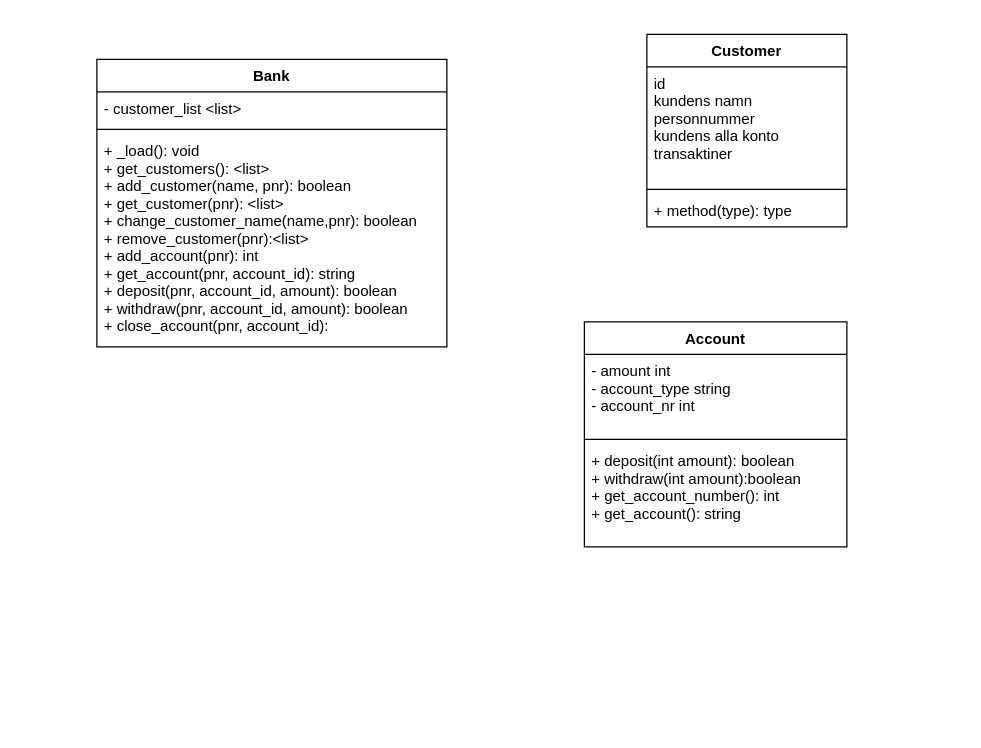
Before: docs/Klassdiagram.drawio in fredrik655/python-ai-i-1, a draw.io diagram. Source tidied: cells renumbered, new cells numbered last; positions are measured from the earlier drawing's top-left corner, leaving out a move shared by most shapes. Both pictures are drawn from the tidied source at 125%, with x=0, y=0 at pixel (96, 34).
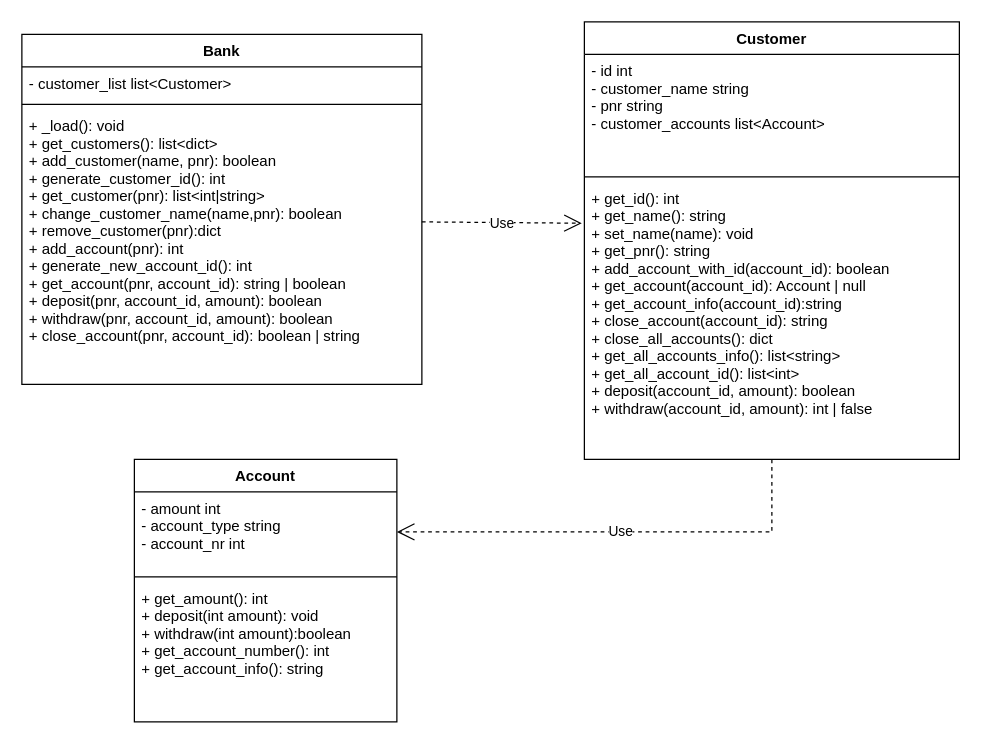
The same page after the edit.

Diff of the diagram source:
```diff
@@
 <mxGraphModel>
   <root>
     <mxCell id="0" />
     <mxCell id="1" parent="0" />
     <mxCell id="2" value="Bank" style="swimlane;fontStyle=1;align=center;verticalAlign=top;horizontal=1;startSize=26;" parent="1" vertex="1">
-      <mxGeometry y="20" width="280" height="230" as="geometry" />
+      <mxGeometry x="-60" width="320" height="280" as="geometry" />
     </mxCell>
-    <mxCell id="3" value="- customer_list &lt;list&gt;" style="text;strokeColor=none;fillColor=none;align=left;verticalAlign=top;spacingLeft=4;spacingRight=4;overflow=hidden;" parent="2" vertex="1">
-      <mxGeometry y="26" width="280" height="26" as="geometry" />
+    <mxCell id="3" value="- customer_list list&lt;Customer&gt;" style="text;strokeColor=none;fillColor=none;align=left;verticalAlign=top;spacingLeft=4;spacingRight=4;overflow=hidden;" parent="2" vertex="1">
+      <mxGeometry y="26" width="320" height="26" as="geometry" />
     </mxCell>
     <mxCell id="4" style="line;strokeWidth=1;fillColor=none;align=left;verticalAlign=middle;spacingTop=-1;spacingLeft=3;spacingRight=3;labelPosition=right;" parent="2" vertex="1">
-      <mxGeometry y="52" width="280" height="8" as="geometry" />
+      <mxGeometry y="52" width="320" height="8" as="geometry" />
     </mxCell>
-    <mxCell id="5" value="+ _load(): void&#10;+ get_customers(): &lt;list&gt;&#10;+ add_customer(name, pnr): boolean&#10;+ get_customer(pnr): &lt;list&gt;&#10;+ change_customer_name(name,pnr): boolean&#10;+ remove_customer(pnr):&lt;list&gt;&#10;+ add_account(pnr): int&#10;+ get_account(pnr, account_id): string&#10;+ deposit(pnr, account_id, amount): boolean&#10;+ withdraw(pnr, account_id, amount): boolean&#10;+ close_account(pnr, account_id):&#10;&#10;" style="text;strokeColor=none;fillColor=none;align=left;verticalAlign=top;spacingLeft=4;spacingRight=4;overflow=hidden;" parent="2" vertex="1">
-      <mxGeometry y="60" width="280" height="170" as="geometry" />
+    <mxCell id="5" value="+ _load(): void&#10;+ get_customers(): list&lt;dict&gt;&#10;+ add_customer(name, pnr): boolean&#10;+ generate_customer_id(): int&#10;+ get_customer(pnr): list&lt;int|string&gt;&#10;+ change_customer_name(name,pnr): boolean&#10;+ remove_customer(pnr):dict&#10;+ add_account(pnr): int&#10;+ generate_new_account_id(): int&#10;+ get_account(pnr, account_id): string | boolean&#10;+ deposit(pnr, account_id, amount): boolean&#10;+ withdraw(pnr, account_id, amount): boolean&#10;+ close_account(pnr, account_id): boolean | string&#10;&#10;" style="text;strokeColor=none;fillColor=none;align=left;verticalAlign=top;spacingLeft=4;spacingRight=4;overflow=hidden;" parent="2" vertex="1">
+      <mxGeometry y="60" width="320" height="220" as="geometry" />
     </mxCell>
     <mxCell id="6" value="Account" style="swimlane;fontStyle=1;align=center;verticalAlign=top;horizontal=1;startSize=26;" parent="1" vertex="1">
-      <mxGeometry x="390" y="230" width="210" height="180" as="geometry" />
+      <mxGeometry x="30" y="340" width="210" height="210" as="geometry" />
     </mxCell>
     <mxCell id="7" value="- amount int&#10;- account_type string&#10;- account_nr int&#10;" style="text;strokeColor=none;fillColor=none;align=left;verticalAlign=top;spacingLeft=4;spacingRight=4;overflow=hidden;points=[[0,0.5],[1,0.5]];portConstraint=eastwest;" parent="6" vertex="1">
       <mxGeometry y="26" width="210" height="64" as="geometry" />
     </mxCell>
     <mxCell id="8" style="line;strokeWidth=1;fillColor=none;align=left;verticalAlign=middle;spacingTop=-1;spacingLeft=3;spacingRight=3;labelPosition=right;" parent="6" vertex="1">
       <mxGeometry y="90" width="210" height="8" as="geometry" />
     </mxCell>
-    <mxCell id="9" value="+ deposit(int amount): boolean&#10;+ withdraw(int amount):boolean&#10;+ get_account_number(): int&#10;+ get_account(): string&#10;" style="text;strokeColor=none;fillColor=none;align=left;verticalAlign=top;spacingLeft=4;spacingRight=4;overflow=hidden;" parent="6" vertex="1">
-      <mxGeometry y="98" width="210" height="82" as="geometry" />
+    <mxCell id="9" value="+ get_amount(): int&#10;+ deposit(int amount): void&#10;+ withdraw(int amount):boolean&#10;+ get_account_number(): int&#10;+ get_account_info(): string&#10;" style="text;strokeColor=none;fillColor=none;align=left;verticalAlign=top;spacingLeft=4;spacingRight=4;overflow=hidden;" parent="6" vertex="1">
+      <mxGeometry y="98" width="210" height="112" as="geometry" />
     </mxCell>
     <mxCell id="10" value="Customer" style="swimlane;fontStyle=1;align=center;verticalAlign=top;horizontal=1;startSize=26;" parent="1" vertex="1">
-      <mxGeometry x="440" width="160" height="154" as="geometry" />
+      <mxGeometry x="390" y="-10" width="300" height="350" as="geometry" />
     </mxCell>
-    <mxCell id="11" value="id&#10;kundens namn&#10;personnummer&#10;kundens alla konto&#10;transaktiner&#10;" style="text;strokeColor=none;fillColor=none;align=left;verticalAlign=top;spacingLeft=4;spacingRight=4;overflow=hidden;" parent="10" vertex="1">
-      <mxGeometry y="26" width="160" height="94" as="geometry" />
+    <mxCell id="11" value="- id int&#10;- customer_name string&#10;- pnr string&#10;- customer_accounts list&lt;Account&gt;" style="text;strokeColor=none;fillColor=none;align=left;verticalAlign=top;spacingLeft=4;spacingRight=4;overflow=hidden;" parent="10" vertex="1">
+      <mxGeometry y="26" width="300" height="94" as="geometry" />
     </mxCell>
     <mxCell id="12" style="line;strokeWidth=1;fillColor=none;align=left;verticalAlign=middle;spacingTop=-1;spacingLeft=3;spacingRight=3;labelPosition=right;" parent="10" vertex="1">
-      <mxGeometry y="120" width="160" height="8" as="geometry" />
+      <mxGeometry y="120" width="300" height="8" as="geometry" />
     </mxCell>
-    <mxCell id="13" value="+ method(type): type" style="text;strokeColor=none;fillColor=none;align=left;verticalAlign=top;spacingLeft=4;spacingRight=4;overflow=hidden;points=[[0,0.5],[1,0.5]];portConstraint=eastwest;" parent="10" vertex="1">
-      <mxGeometry y="128" width="160" height="26" as="geometry" />
+    <mxCell id="13" value="+ get_id(): int&#10;+ get_name(): string&#10;+ set_name(name): void&#10;+ get_pnr(): string&#10;+ add_account_with_id(account_id): boolean&#10;+ get_account(account_id): Account | null&#10;+ get_account_info(account_id):string&#10;+ close_account(account_id): string&#10;+ close_all_accounts(): dict&#10;+ get_all_accounts_info(): list&lt;string&gt;&#10;+ get_all_account_id(): list&lt;int&gt;&#10;+ deposit(account_id, amount): boolean&#10;+ withdraw(account_id, amount): int | false&#10;&#10;&#10;" style="text;strokeColor=none;fillColor=none;align=left;verticalAlign=top;spacingLeft=4;spacingRight=4;overflow=hidden;points=[[0,0.5],[1,0.5]];portConstraint=eastwest;" parent="10" vertex="1">
+      <mxGeometry y="128" width="300" height="222" as="geometry" />
     </mxCell>
+    <mxCell id="14" value="Use" style="endArrow=open;endSize=12;dashed=1;html=1;rounded=0;entryX=-0.007;entryY=0.149;entryDx=0;entryDy=0;entryPerimeter=0;" parent="1" edge="1" target="13">
+      <mxGeometry relative="1" as="geometry">
+        <mxPoint x="260" y="150" as="sourcePoint" />
+      </mxGeometry>
+    </mxCell>
+    <mxCell id="15" value="Use" style="endArrow=open;endSize=12;dashed=1;html=1;rounded=0;entryX=1;entryY=0.5;entryDx=0;entryDy=0;exitX=0.5;exitY=1;exitDx=0;exitDy=0;" parent="1" edge="1" source="10" target="7">
+      <mxGeometry relative="1" as="geometry">
+        <Array as="points">
+          <mxPoint x="540" y="398" />
+        </Array>
+      </mxGeometry>
+    </mxCell>
   </root>
 </mxGraphModel>
```
